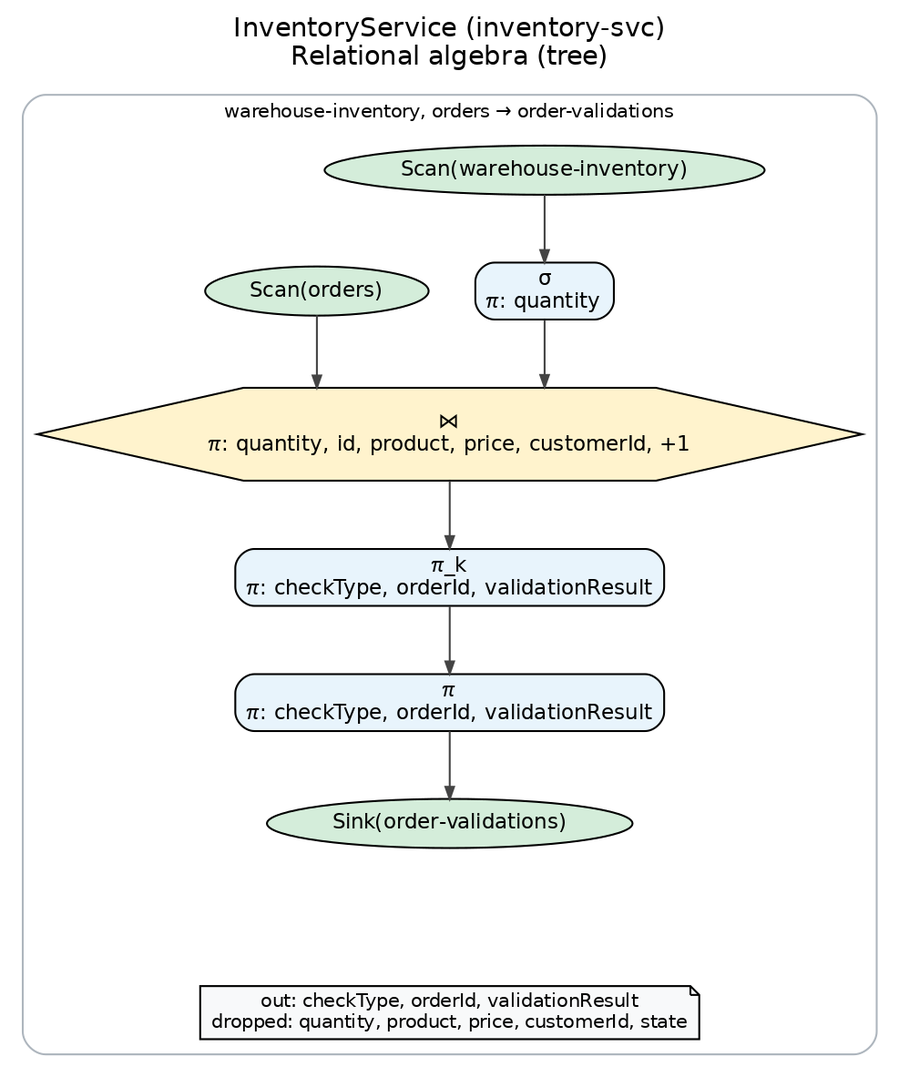
Above: docs/difc-ra-diagrams/inventory-svc-ra-flow.png in Coder2002-MSAdithya/kafka-streams-examples (Graphviz), before the change. Its source is kept beside it as docs/difc-ra-diagrams/inventory-svc-ra-flow.dot.
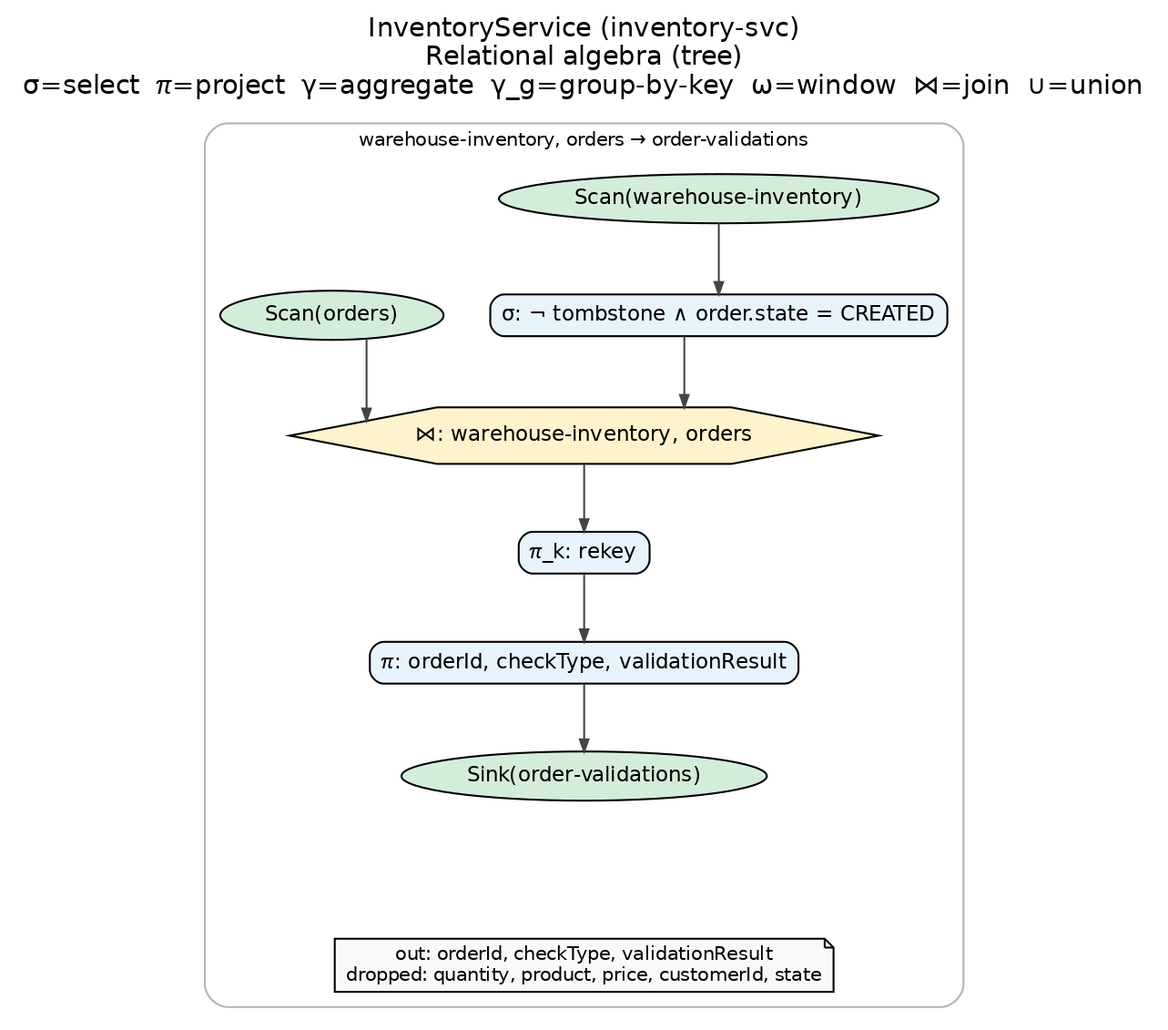
After the commit.

What changed in the source:
```diff
@@ -2,29 +2,29 @@
   graph [rankdir=TB, bgcolor="white", fontname="Helvetica", splines=ortho, nodesep=0.35, ranksep=0.5, ordering="out"];
   node [fontname="Helvetica", fontsize=11, style=filled, height=0.3, margin="0.08,0.04"];
   edge [fontname="Helvetica", color="#444444", arrowsize=0.65];
-  label="InventoryService (inventory-svc)\nRelational algebra (tree)";
+  label="InventoryService (inventory-svc)\nRelational algebra (tree)\nσ=select  π=project  γ=aggregate  γ_g=group-by-key  ω=window  ⋈=join  ∪=union";
   labelloc=t;
   fontsize=14;
   subgraph cluster_0 {
     label="warehouse-inventory, orders → order-validations"; style=rounded; color="#adb5bd"; fontsize=10;
-    r0t0 [label="Sink(order-validations)", shape=ellipse, style="filled", fillcolor="#d4edda"];
-    r0t1 [label="π\nπ: checkType, orderId, validationResult", shape=box, style="rounded,filled", fillcolor="#e8f4fc"];
-    r0t2 [label="π_k\nπ: checkType, orderId, validationResult", shape=box, style="rounded,filled", fillcolor="#e8f4fc"];
-    r0t3 [label="⋈\nπ: quantity, id, product, price, customerId, +1", shape=hexagon, style="filled", fillcolor="#fff3cd"];
-    r0t4 [label="σ\nπ: quantity", shape=box, style="rounded,filled", fillcolor="#e8f4fc"];
-    r0t5 [label="Scan(warehouse-inventory)", shape=ellipse, style="filled", fillcolor="#d4edda"];
-    r0t5 -> r0t4;
-    r0t4 -> r0t3;
-    r0t6 [label="Scan(orders)", shape=ellipse, style="filled", fillcolor="#d4edda"];
-    r0t6 -> r0t3;
-    { rank=same; r0t4; r0t6; }
-    r0t3 -> r0t2;
-    r0t2 -> r0t1;
-    r0t1 -> r0t0;
+    p0_sink_order_validations [label="Sink(order-validations)", shape=ellipse, style="filled", fillcolor="#d4edda"];
+    p0_pi_orderid_1 [label="π: orderId, checkType, validationResult", shape=box, style="rounded,filled", fillcolor="#e8f4fc"];
+    p0_rekey_selectkey_2 [label="π_k: rekey", shape=box, style="rounded,filled", fillcolor="#e8f4fc"];
+    p0_join_3 [label="⋈: warehouse-inventory, orders", shape=hexagon, style="filled", fillcolor="#fff3cd"];
+    p0_sigma_tombstone_order__4 [label="σ: ¬ tombstone ∧ order.state = CREATED", shape=box, style="rounded,filled", fillcolor="#e8f4fc"];
+    p0_scan_warehouse_inventory [label="Scan(warehouse-inventory)", shape=ellipse, style="filled", fillcolor="#d4edda"];
+    p0_scan_warehouse_inventory -> p0_sigma_tombstone_order__4;
+    p0_sigma_tombstone_order__4 -> p0_join_3;
+    p0_scan_orders [label="Scan(orders)", shape=ellipse, style="filled", fillcolor="#d4edda"];
+    p0_scan_orders -> p0_join_3;
+    { rank=same; p0_sigma_tombstone_order__4; p0_scan_orders; }
+    p0_join_3 -> p0_rekey_selectkey_2;
+    p0_rekey_selectkey_2 -> p0_pi_orderid_1;
+    p0_pi_orderid_1 -> p0_sink_order_validations;
     r0anchor [style=invis, width=0, height=0, label=""];
-    r0t0 -> r0anchor [style=invis];
+    p0_sink_order_validations -> r0anchor [style=invis];
     r0anchor -> r0note [style=invis];
-    r0note [label="out: checkType, orderId, validationResult\ndropped: quantity, product, price, customerId, state", shape=note, fillcolor="#f8f9fa", fontsize=10];
+    r0note [label="out: orderId, checkType, validationResult\ndropped: quantity, product, price, customerId, state", shape=note, fillcolor="#f8f9fa", fontsize=10];
     { rank=max; r0note; }
   }
 }
```
